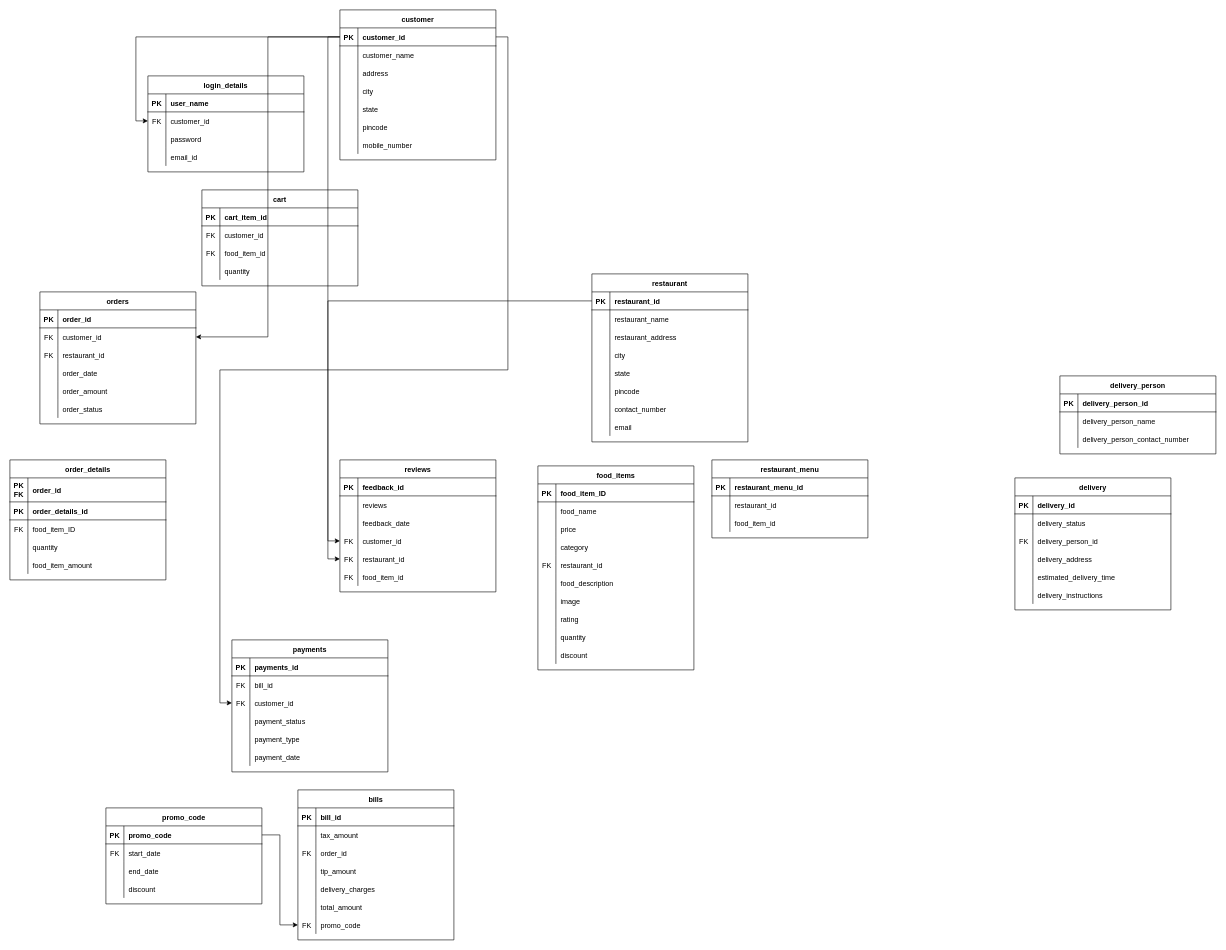
The draw.io diagram eatophilia.drawio in SHARUQ007/eatophilia, before the edit. Source tidied: cells renumbered, new cells numbered last; positions are measured from the earlier drawing's top-left corner, leaving out a move shared by most shapes. Both pictures are drawn from the tidied source at 60%, with x=0, y=0 at pixel (10, 10).
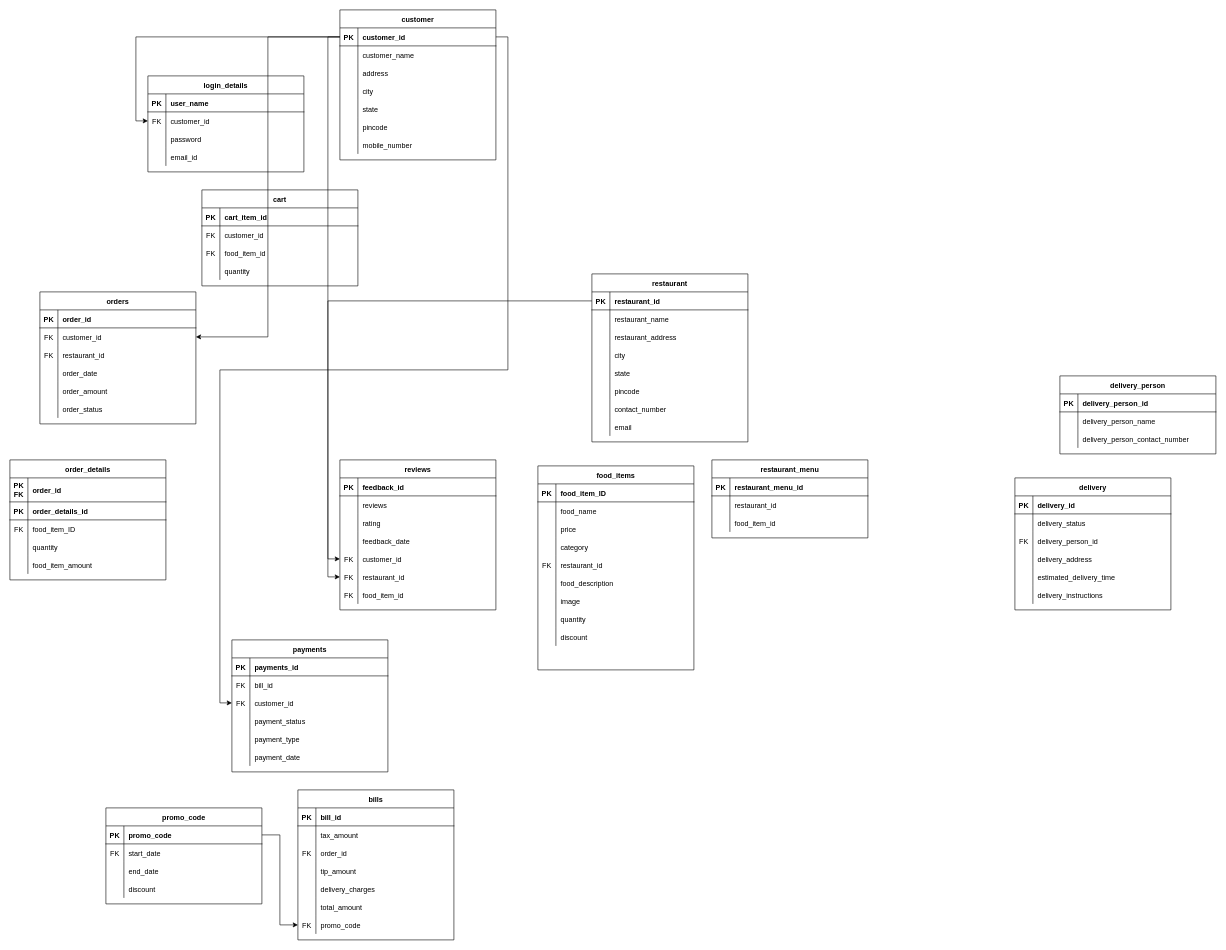
Above is the later version.

The change refers to these unchanged cells:
```xml
<mxCell id="56" value="food_items" style="shape=table;startSize=30;childLayout=tableLayout;rowLines=0;fontStyle=1;align=center;" parent="1" vertex="1">
  <mxGeometry x="880" y="760" width="260" height="340" as="geometry" />
</mxCell>
```

Diff of the diagram source:
```diff
@@
     <mxCell id="37" value="reviews" style="shape=table;startSize=30;childLayout=tableLayout;rowLines=0;fontStyle=1;align=center;" parent="1" vertex="1">
-      <mxGeometry x="550" y="750" width="260" height="220" as="geometry" />
+      <mxGeometry x="550" y="750" width="260" height="250" as="geometry" />
     </mxCell>
@@
+    <mxCell id="259" style="shape=partialRectangle;fillColor=none;top=0;left=0;right=0;bottom=0;" parent="37" vertex="1">
+      <mxGeometry y="90" width="260" height="30" as="geometry" />
+    </mxCell>
+    <mxCell id="79" style="shape=partialRectangle;overflow=hidden;fillColor=none;top=0;left=0;bottom=0;right=0;" parent="259" vertex="1">
+      <mxGeometry width="30" height="30" as="geometry" />
+    </mxCell>
+    <mxCell id="80" value="rating" style="shape=partialRectangle;overflow=hidden;fillColor=none;top=0;left=0;bottom=0;right=0;align=left;spacingLeft=6;" parent="259" vertex="1">
+      <mxGeometry x="30" width="230" height="30" as="geometry" />
+    </mxCell>
     <mxCell id="44" style="shape=partialRectangle;fillColor=none;top=0;left=0;right=0;bottom=0;" parent="37" vertex="1">
-      <mxGeometry y="90" width="260" height="30" as="geometry" />
+      <mxGeometry y="120" width="260" height="30" as="geometry" />
     </mxCell>
@@
     <mxCell id="47" style="shape=partialRectangle;fillColor=none;points=[[0,0.5],[1,0.5]];portConstraint=eastwest;top=0;left=0;right=0;bottom=0;" parent="37" vertex="1">
-      <mxGeometry y="120" width="260" height="30" as="geometry" />
+      <mxGeometry y="150" width="260" height="30" as="geometry" />
     </mxCell>
@@
     <mxCell id="50" style="shape=partialRectangle;fillColor=none;points=[[0,0.5],[1,0.5]];portConstraint=eastwest;top=0;left=0;right=0;bottom=0;" parent="37" vertex="1">
-      <mxGeometry y="150" width="260" height="30" as="geometry" />
+      <mxGeometry y="180" width="260" height="30" as="geometry" />
     </mxCell>
@@
     <mxCell id="53" style="shape=partialRectangle;fillColor=none;top=0;left=0;right=0;bottom=0;" parent="37" vertex="1">
-      <mxGeometry y="180" width="260" height="30" as="geometry" />
+      <mxGeometry y="210" width="260" height="30" as="geometry" />
     </mxCell>
@@
-    <mxCell id="78" style="shape=partialRectangle;fillColor=none;top=0;left=0;right=0;bottom=0;" parent="56" vertex="1">
-      <mxGeometry y="240" width="260" height="30" as="geometry" />
-    </mxCell>
-    <mxCell id="79" style="shape=partialRectangle;overflow=hidden;fillColor=none;top=0;left=0;bottom=0;right=0;" parent="78" vertex="1">
-      <mxGeometry width="30" height="30" as="geometry" />
-    </mxCell>
-    <mxCell id="80" value="rating" style="shape=partialRectangle;overflow=hidden;fillColor=none;top=0;left=0;bottom=0;right=0;align=left;spacingLeft=6;" parent="78" vertex="1">
-      <mxGeometry x="30" width="230" height="30" as="geometry" />
-    </mxCell>
     <mxCell id="81" style="shape=partialRectangle;fillColor=none;top=0;left=0;right=0;bottom=0;" parent="56" vertex="1">
-      <mxGeometry y="270" width="260" height="30" as="geometry" />
+      <mxGeometry y="240" width="260" height="30" as="geometry" />
     </mxCell>
@@
     <mxCell id="84" style="shape=partialRectangle;fillColor=none;top=0;left=0;right=0;bottom=0;" parent="56" vertex="1">
-      <mxGeometry y="300" width="260" height="30" as="geometry" />
+      <mxGeometry y="270" width="260" height="30" as="geometry" />
     </mxCell>
```
